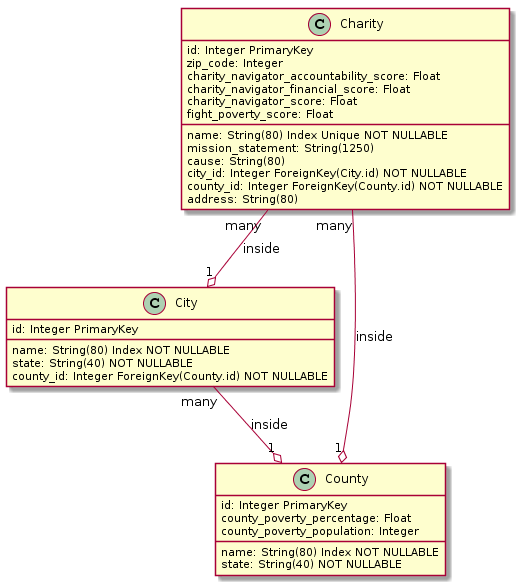
kevinsingh5/FightPoverty keeps this PlantUML diagram as UML.png. Above is the earlier version.
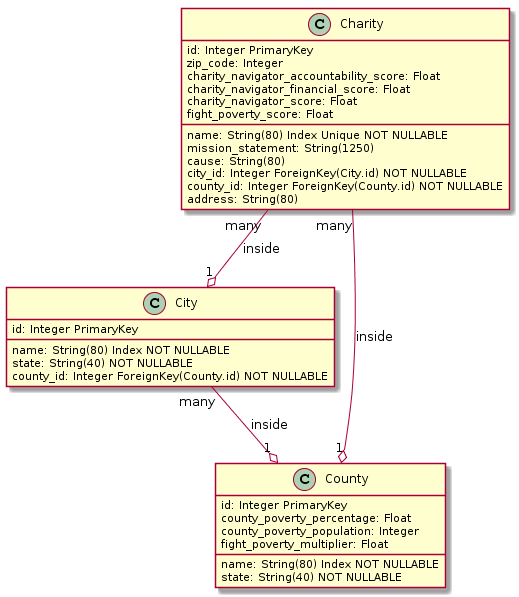
After the change.

Commit message:
Updated UML text file and image

The edit, as a diff of the source:
```diff
@@ -27,6 +27,7 @@
 County : state: String(40) NOT NULLABLE
 County : county_poverty_percentage: Float
 County : county_poverty_population: Integer
+County : fight_poverty_multiplier: Float
 
 
 City "many" --o "1" County : inside
```
